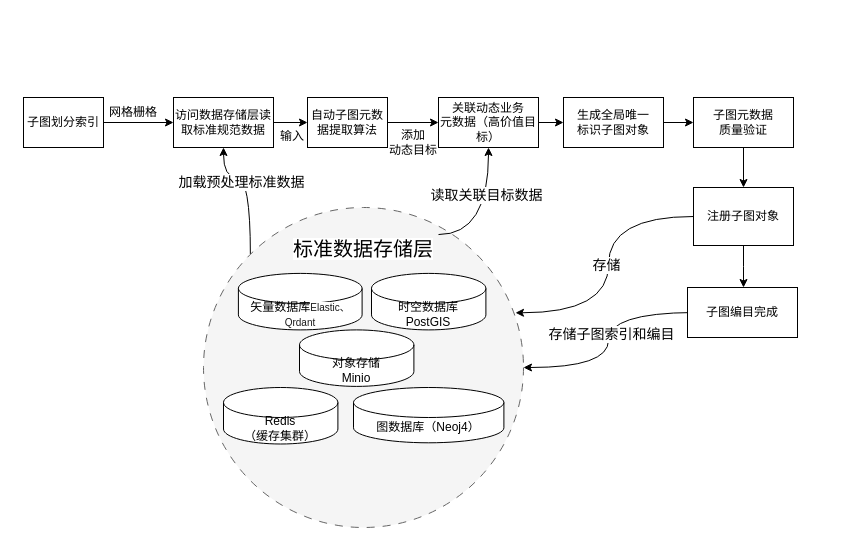
Above: page "子图编目流程" (7 of 12) of 态势感知体系图.drawio in paleblackless/diagrams (draw.io), before the change. Source tidied: cells renumbered, new cells numbered last; positions are measured from the earlier drawing's top-left corner, leaving out a move shared by most shapes. Both pictures are drawn from the tidied source at 100%, with x=0, y=0 at pixel (23, 97).
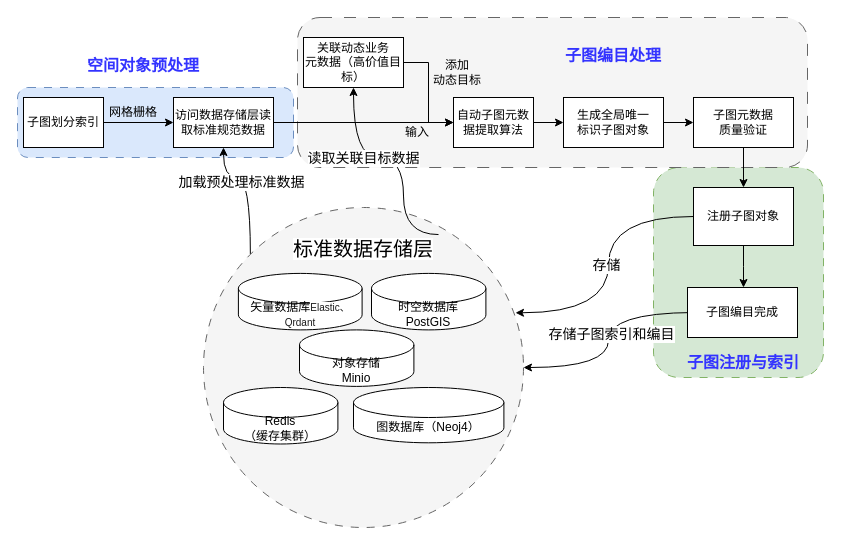
After the change.

Commit message:
更新态势感知体系图.drawio

The change refers to these unchanged cells:
```xml
<mxCell id="7" value="访问数据存储层读取标准规范数据" style="rounded=0;whiteSpace=wrap;html=1;" parent="1" vertex="1">
  <mxGeometry x="150" width="100" height="50" as="geometry" />
</mxCell>
<mxCell id="13" value="生成全局唯一&lt;br&gt;标识子图对象" style="rounded=0;whiteSpace=wrap;html=1;" parent="1" vertex="1">
  <mxGeometry x="540" width="100" height="50" as="geometry" />
</mxCell>
<mxCell id="23" value="&lt;span style=&quot;background-color: light-dark(#ffffff, var(--ge-dark-color, #121212));&quot;&gt;&lt;br&gt;&lt;/span&gt;&lt;font style=&quot;font-size: 20px;&quot;&gt;&lt;span style=&quot;color: rgb(0, 0, 0); font-family: Helvetica; font-style: normal; font-variant-ligatures: normal; font-variant-caps: normal; font-weight: 400; letter-spacing: normal; orphans: 2; text-align: center; text-indent: 0px; text-transform: none; widows: 2; word-spacing: 0px; -webkit-text-stroke-width: 0px; white-space: normal; text-decoration-thickness: initial; text-decoration-style: initial; text-decoration-color: initial; float: none; background-color: light-dark(#ffffff, var(--ge-dark-color, #121212)); display: inline !important;&quot;&gt;标准数据存储层&lt;/span&gt;&lt;br&gt;&lt;/font&gt;" style="text;html=1;whiteSpace=wrap;strokeColor=none;fillColor=none;align=center;verticalAlign=middle;rounded=0;" parent="16" vertex="1">
  <mxGeometry x="85" y="20" width="150" height="28.2" as="geometry" />
</mxCell>
```

Change to the diagram source:
```diff
@@
+    <mxCell id="36" style="rounded=1;whiteSpace=wrap;html=1;fillColor=#d5e8d4;dashed=1;dashPattern=8 8;strokeColor=#82b366;" parent="1" vertex="1">
+      <mxGeometry x="630" y="70" width="170" height="210" as="geometry" />
+    </mxCell>
+    <mxCell id="37" style="rounded=1;whiteSpace=wrap;html=1;fillColor=#f5f5f5;dashed=1;dashPattern=12 12;fontColor=#333333;strokeColor=#666666;" parent="1" vertex="1">
+      <mxGeometry x="274" y="-80" width="510" height="150" as="geometry" />
+    </mxCell>
+    <mxCell id="38" style="rounded=1;whiteSpace=wrap;html=1;fillColor=#dae8fc;dashed=1;dashPattern=8 8;strokeColor=#6c8ebf;" parent="1" vertex="1">
+      <mxGeometry x="-6" y="-10" width="276" height="70" as="geometry" />
+    </mxCell>
@@
-    <mxCell id="4" style="edgeStyle=orthogonalEdgeStyle;rounded=0;jettySize=auto;html=1;exitX=1;exitY=0.5;exitDx=0;exitDy=0;entryX=0;entryY=0.5;entryDx=0;entryDy=0;" parent="1" edge="1" source="7" target="9">
-      <mxGeometry relative="1" as="geometry" />
-    </mxCell>
@@
+    <mxCell id="4" style="edgeStyle=orthogonalEdgeStyle;rounded=0;jettySize=auto;html=1;entryX=0;entryY=0.5;entryDx=0;entryDy=0;" parent="1" edge="1" source="7" target="9">
+      <mxGeometry relative="1" as="geometry" />
+    </mxCell>
@@
-    <mxCell id="8" style="edgeStyle=orthogonalEdgeStyle;rounded=0;jettySize=auto;html=1;" parent="1" edge="1" source="9" target="11">
-      <mxGeometry relative="1" as="geometry" />
-    </mxCell>
+    <mxCell id="39" style="edgeStyle=orthogonalEdgeStyle;rounded=0;jettySize=auto;html=1;entryX=0;entryY=0.5;entryDx=0;entryDy=0;" parent="1" edge="1" source="9" target="13">
+      <mxGeometry relative="1" as="geometry" />
+    </mxCell>
     <mxCell id="9" value="自动子图元数据提取算法" style="rounded=0;whiteSpace=wrap;html=1;" parent="1" vertex="1">
-      <mxGeometry x="284" width="80" height="50" as="geometry" />
+      <mxGeometry x="430" width="80" height="50" as="geometry" />
     </mxCell>
-    <mxCell id="10" style="edgeStyle=orthogonalEdgeStyle;rounded=0;jettySize=auto;html=1;exitX=1;exitY=0.5;exitDx=0;exitDy=0;" parent="1" edge="1" source="11" target="13">
-      <mxGeometry relative="1" as="geometry" />
-    </mxCell>
+    <mxCell id="40" style="edgeStyle=orthogonalEdgeStyle;rounded=0;jettySize=auto;html=1;exitX=1;exitY=0.5;exitDx=0;exitDy=0;entryX=0;entryY=0.5;entryDx=0;entryDy=0;" parent="1" edge="1" source="11" target="9">
+      <mxGeometry relative="1" as="geometry" />
+    </mxCell>
     <mxCell id="11" value="关联动态业务&lt;div&gt;元数据（高价值目标）&lt;/div&gt;" style="rounded=0;whiteSpace=wrap;html=1;" parent="1" vertex="1">
-      <mxGeometry x="415" width="100" height="50" as="geometry" />
+      <mxGeometry x="280" y="-60" width="100" height="50" as="geometry" />
     </mxCell>
@@
     <mxCell id="24" style="edgeStyle=orthogonalEdgeStyle;rounded=0;jettySize=auto;html=1;exitX=1;exitY=0.25;exitDx=0;exitDy=0;entryX=0.5;entryY=1;entryDx=0;entryDy=0;curved=1;" parent="1" edge="1" source="23" target="11">
-      <mxGeometry relative="1" as="geometry" />
+      <mxGeometry relative="1" as="geometry">
+        <Array as="points">
+          <mxPoint x="380" y="137" />
+          <mxPoint x="380" y="60" />
+          <mxPoint x="330" y="60" />
+        </Array>
+      </mxGeometry>
     </mxCell>
     <mxCell id="25" value="&lt;font style=&quot;font-size: 14px;&quot;&gt;读取关联目标数据&lt;/font&gt;" style="edgeLabel;html=1;align=center;verticalAlign=middle;" parent="24" vertex="1">
-      <mxGeometry x="0.32" y="3" relative="1" as="geometry" />
+      <mxGeometry x="0.32" y="3" relative="1" as="geometry">
+        <mxPoint y="-3" as="offset" />
+      </mxGeometry>
     </mxCell>
@@
     <mxCell id="32" value="输入" style="text;html=1;whiteSpace=wrap;strokeColor=none;fillColor=none;align=center;verticalAlign=middle;rounded=0;" parent="1" vertex="1">
-      <mxGeometry x="244" y="24" width="50" height="30" as="geometry" />
+      <mxGeometry x="369" y="20" width="50" height="30" as="geometry" />
     </mxCell>
     <mxCell id="33" value="添加&lt;div&gt;动态目标&lt;/div&gt;" style="text;html=1;whiteSpace=wrap;strokeColor=none;fillColor=none;align=center;verticalAlign=middle;rounded=0;" parent="1" vertex="1">
-      <mxGeometry x="360" y="30" width="60" height="30" as="geometry" />
+      <mxGeometry x="404" y="-40" width="60" height="30" as="geometry" />
     </mxCell>
@@
+    <mxCell id="41" value="&lt;div&gt;&lt;b&gt;&lt;font style=&quot;font-size: 16px; color: rgb(51, 51, 255);&quot;&gt;空间对象预处理&lt;/font&gt;&lt;/b&gt;&lt;/div&gt;&lt;div&gt;&lt;br&gt;&lt;/div&gt;" style="text;html=1;whiteSpace=wrap;strokeColor=none;fillColor=none;align=center;verticalAlign=middle;rounded=0;" parent="1" vertex="1">
+      <mxGeometry x="50" y="-40" width="140" height="30" as="geometry" />
+    </mxCell>
+    <mxCell id="42" value="&lt;div&gt;&lt;font color=&quot;#3333ff&quot;&gt;&lt;span style=&quot;font-size: 16px;&quot;&gt;&lt;b&gt;子图编目处理&lt;/b&gt;&lt;/span&gt;&lt;/font&gt;&lt;/div&gt;&lt;div&gt;&lt;br&gt;&lt;/div&gt;" style="text;html=1;whiteSpace=wrap;strokeColor=none;fillColor=none;align=center;verticalAlign=middle;rounded=0;" parent="1" vertex="1">
+      <mxGeometry x="520" y="-50" width="140" height="30" as="geometry" />
+    </mxCell>
+    <mxCell id="43" value="&lt;div&gt;&lt;div&gt;&lt;font color=&quot;#3333ff&quot;&gt;&lt;span style=&quot;font-size: 16px;&quot;&gt;&lt;b&gt;子图注册与索引&lt;/b&gt;&lt;/span&gt;&lt;/font&gt;&lt;/div&gt;&lt;/div&gt;" style="text;html=1;whiteSpace=wrap;strokeColor=none;fillColor=none;align=center;verticalAlign=middle;rounded=0;" parent="1" vertex="1">
+      <mxGeometry x="650" y="250" width="140" height="30" as="geometry" />
+    </mxCell>
```
